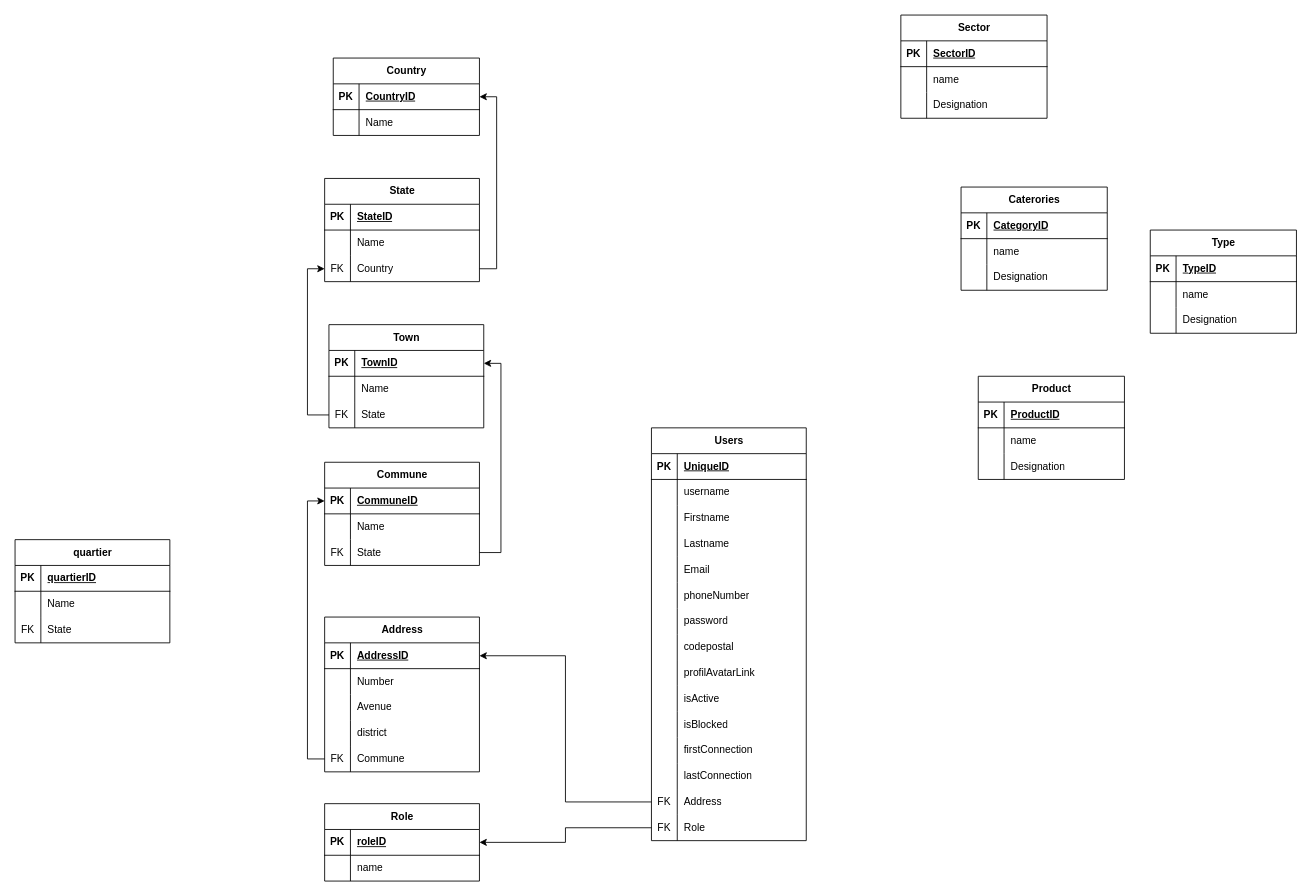
Earlier version of the draw.io diagram Tekango.drawio (internalTekango/3.0.tekango.template). Source tidied: cells renumbered, new cells numbered last; positions are measured from the earlier drawing's top-left corner, leaving out a move shared by most shapes. Both pictures are drawn from the tidied source at 86%, with x=0, y=0 at pixel (15, 15).
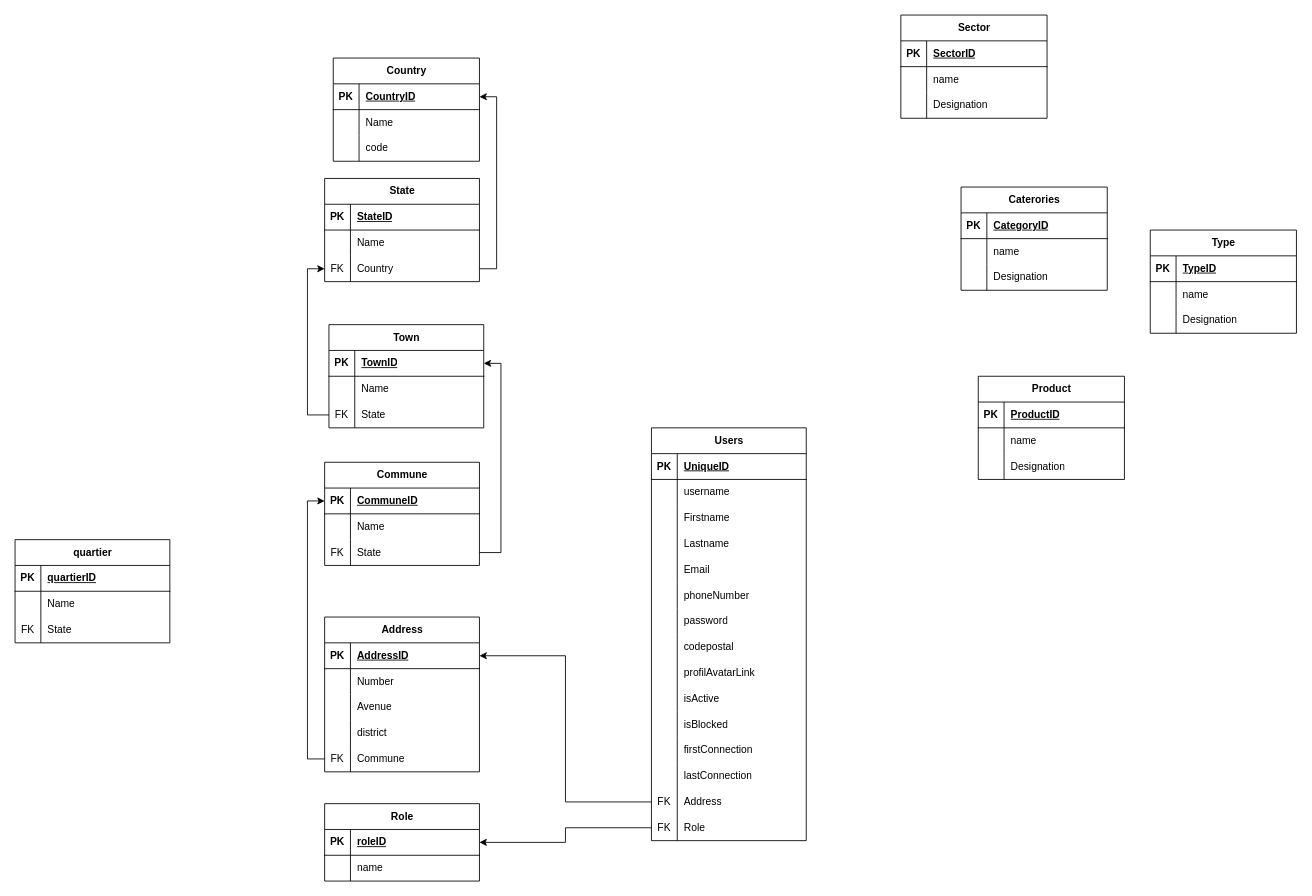
The same diagram, later.

The edit, as a diff of the source:
```diff
@@
     <mxCell id="68" value="Country" style="shape=table;startSize=30;childLayout=tableLayout;rowLines=0;fontStyle=1;align=center;html=1;" parent="1" vertex="1">
-      <mxGeometry x="370" y="50" width="170" height="90" as="geometry" />
+      <mxGeometry x="370" y="50" width="170" height="120" as="geometry" />
     </mxCell>
@@
+    <mxCell id="164" style="shape=tableRow;horizontal=0;startSize=0;swimlaneHead=0;swimlaneBody=0;fillColor=none;top=0;left=0;right=0;bottom=0;" parent="68" vertex="1">
+      <mxGeometry y="90" width="170" height="30" as="geometry" />
+    </mxCell>
+    <mxCell id="165" style="shape=partialRectangle;fillColor=none;top=0;left=0;bottom=0;right=0;overflow=hidden;whiteSpace=wrap;html=1;" parent="164" vertex="1">
+      <mxGeometry width="30" height="30" as="geometry" />
+    </mxCell>
+    <mxCell id="166" value="code" style="shape=partialRectangle;fillColor=none;top=0;left=0;bottom=0;right=0;align=left;spacingLeft=6;overflow=hidden;whiteSpace=wrap;html=1;" parent="164" vertex="1">
+      <mxGeometry x="30" width="140" height="30" as="geometry" />
+    </mxCell>
```
